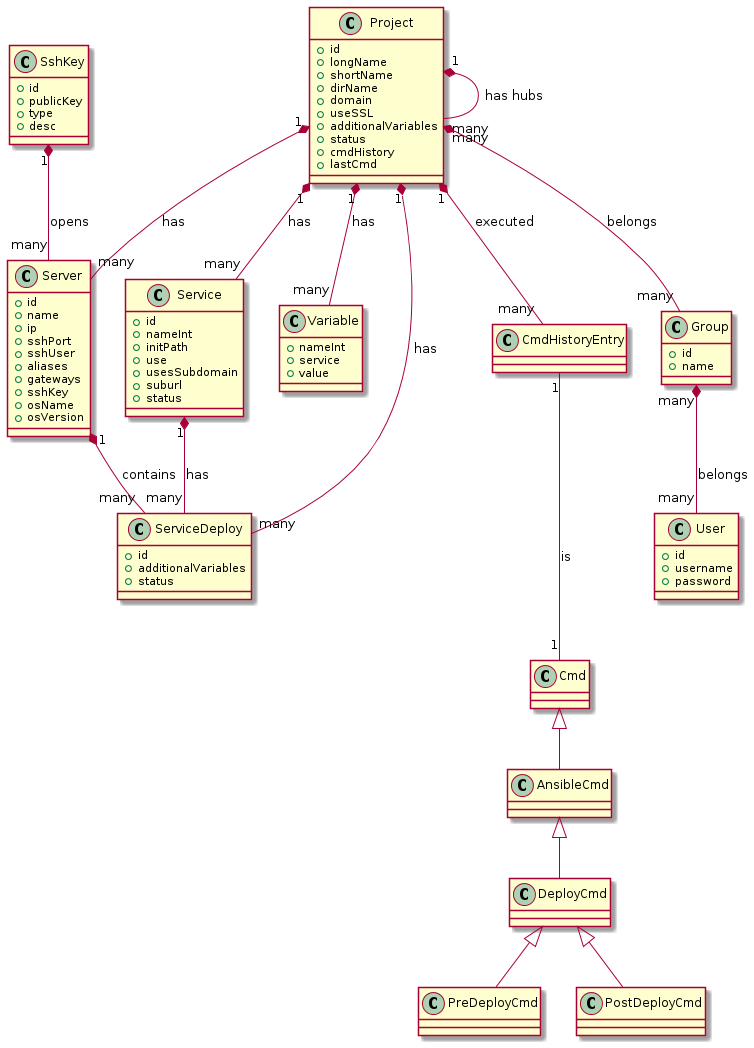
This is diagram.png from living-atlases/la-toolkit-backend, a PlantUML export, as it was before one commit.
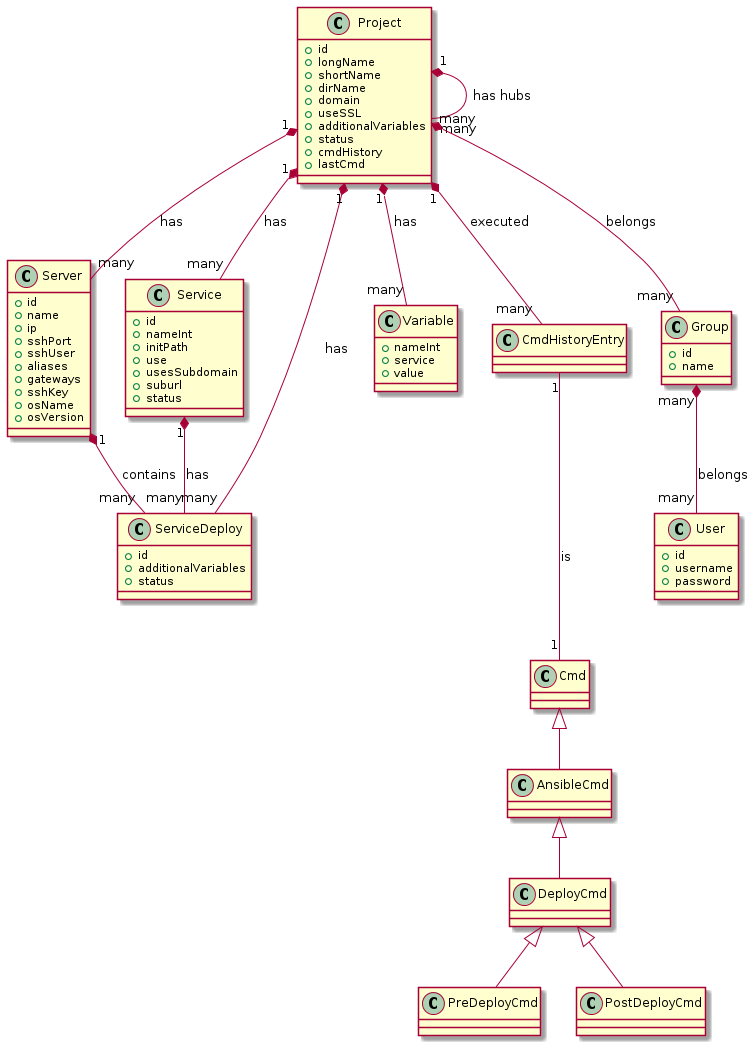
Later version of the same file.

Change to the diagram source:
```diff
@@ -39,13 +39,6 @@
  + id
  + additionalVariables
  + status
-}
-
-class SshKey {
- + id
- + publicKey
- + type
- + desc
 }
 
 class Variable {
@@ -92,8 +85,6 @@
 
 Server "1" *-- "many" ServiceDeploy : contains
 
-SshKey "1" *-- "many" Server : opens
-
 Service "1" *-- "many" ServiceDeploy : has
 
 CmdHistoryEntry "1" --- "1" Cmd : is
```
